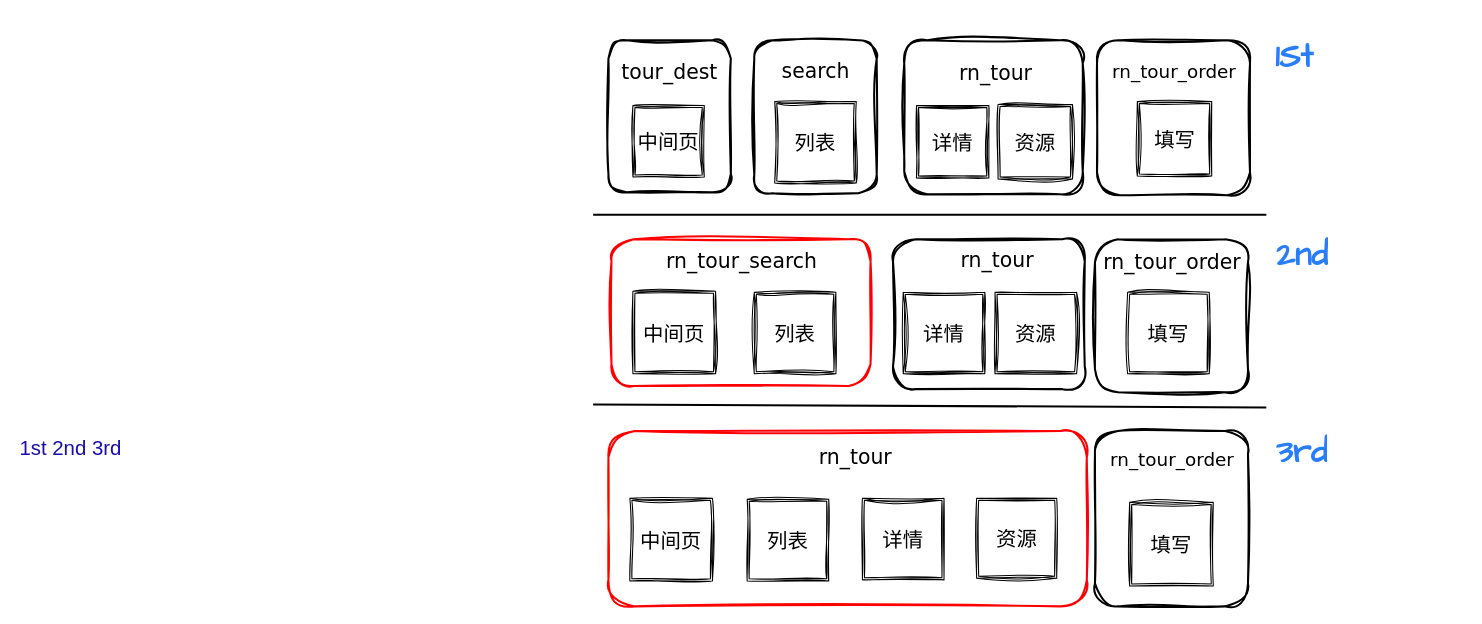
This is page "bundle优化" (3 of 6) of performance/list优化.drawio from weixiaoH/free, a draw.io file, before an edit. Source tidied: cells renumbered, new cells numbered last; positions are measured from the earlier drawing's top-left corner, leaving out a move shared by most shapes. Both pictures are drawn from the tidied source at 102%, with x=0, y=0 at pixel (17, 28).
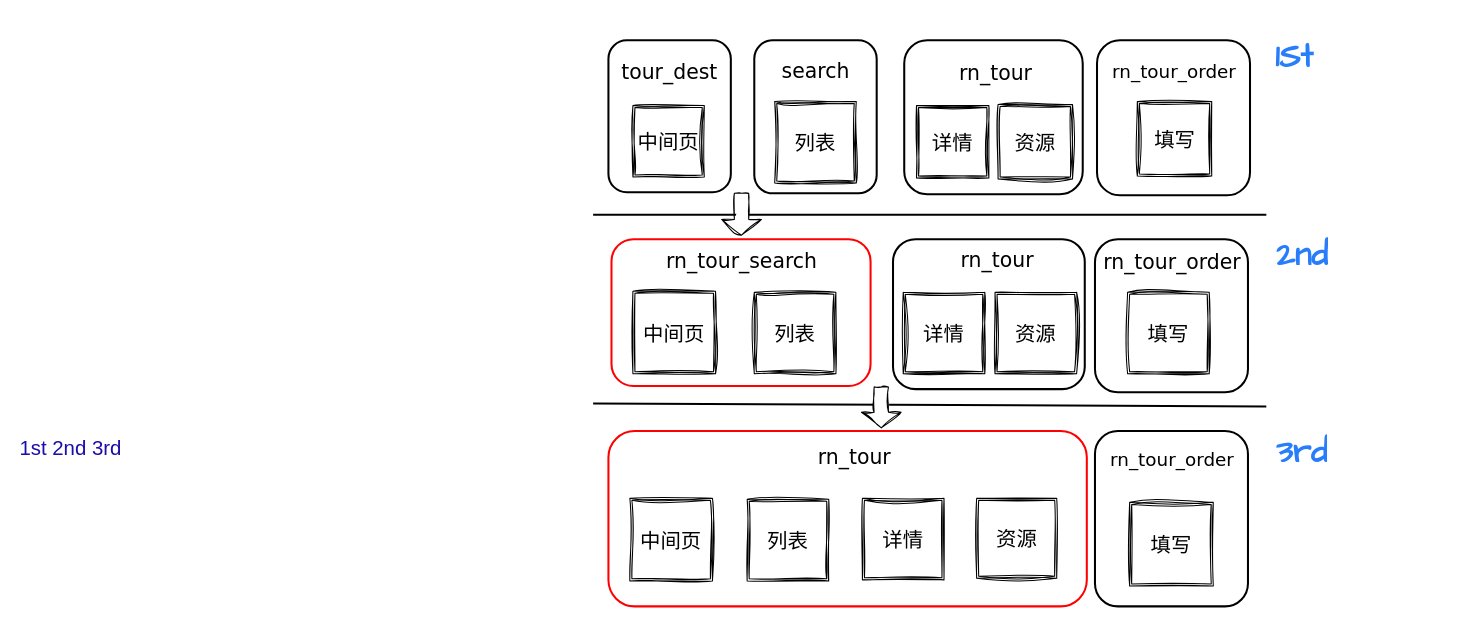
After the change.

Change to the diagram source:
```diff
@@
-    <mxCell id="2" style="rounded=1;whiteSpace=wrap;html=1;strokeWidth=2;fillWeight=4;hachureGap=8;hachureAngle=45;fillColor=none;sketch=1;jiggle=2;curveFitting=1;fontFamily=Verdana;fontSize=20;" parent="1" vertex="1">
+    <mxCell id="2" style="rounded=1;whiteSpace=wrap;html=1;strokeWidth=2;fillWeight=4;hachureGap=8;hachureAngle=45;fillColor=none;fontFamily=Verdana;fontSize=20;" parent="1" vertex="1">
       <mxGeometry x="869" y="12" width="175" height="151" as="geometry" />
     </mxCell>
-    <mxCell id="3" style="rounded=1;whiteSpace=wrap;html=1;strokeWidth=2;fillWeight=4;hachureGap=8;hachureAngle=45;fillColor=none;sketch=1;jiggle=2;curveFitting=1;fontFamily=Verdana;fontSize=20;" parent="1" vertex="1">
+    <mxCell id="3" style="rounded=1;whiteSpace=wrap;html=1;strokeWidth=2;fillWeight=4;hachureGap=8;hachureAngle=45;fillColor=none;fontFamily=Verdana;fontSize=20;" parent="1" vertex="1">
       <mxGeometry x="579" y="12" width="120" height="149" as="geometry" />
     </mxCell>
-    <mxCell id="4" style="rounded=1;whiteSpace=wrap;html=1;strokeWidth=2;fillWeight=4;hachureGap=8;hachureAngle=45;fillColor=none;sketch=1;jiggle=2;curveFitting=1;fontFamily=Verdana;fontSize=20;" parent="1" vertex="1">
+    <mxCell id="4" style="rounded=1;whiteSpace=wrap;html=1;strokeWidth=2;fillWeight=4;hachureGap=8;hachureAngle=45;fillColor=none;fontFamily=Verdana;fontSize=20;" parent="1" vertex="1">
       <mxGeometry x="1058" y="12" width="150" height="152" as="geometry" />
     </mxCell>
@@
-    <mxCell id="7" style="rounded=1;whiteSpace=wrap;html=1;strokeWidth=2;fillWeight=4;hachureGap=8;hachureAngle=45;fillColor=none;sketch=1;jiggle=2;curveFitting=1;fontFamily=Verdana;fontSize=20;" parent="1" vertex="1">
+    <mxCell id="7" style="rounded=1;whiteSpace=wrap;html=1;strokeWidth=2;fillWeight=4;hachureGap=8;hachureAngle=45;fillColor=none;fontFamily=Verdana;fontSize=20;" parent="1" vertex="1">
       <mxGeometry x="722" y="12" width="120" height="150" as="geometry" />
     </mxCell>
@@
-    <mxCell id="11" style="rounded=1;whiteSpace=wrap;html=1;strokeWidth=2;fillWeight=4;hachureGap=8;hachureAngle=45;fillColor=none;sketch=1;jiggle=2;curveFitting=1;fontFamily=Verdana;fontSize=20;" parent="1" vertex="1">
+    <mxCell id="11" style="rounded=1;whiteSpace=wrap;html=1;strokeWidth=2;fillWeight=4;hachureGap=8;hachureAngle=45;fillColor=none;fontFamily=Verdana;fontSize=20;" parent="1" vertex="1">
       <mxGeometry x="858" y="207" width="188" height="147" as="geometry" />
     </mxCell>
-    <mxCell id="12" style="rounded=1;whiteSpace=wrap;html=1;strokeWidth=2;fillWeight=4;hachureGap=8;hachureAngle=45;fillColor=none;sketch=1;jiggle=2;curveFitting=1;fontFamily=Verdana;fontSize=20;" parent="1" vertex="1">
+    <mxCell id="12" style="rounded=1;whiteSpace=wrap;html=1;strokeWidth=2;fillWeight=4;hachureGap=8;hachureAngle=45;fillColor=none;fontFamily=Verdana;fontSize=20;" parent="1" vertex="1">
       <mxGeometry x="1056" y="207" width="150" height="150" as="geometry" />
     </mxCell>
-    <mxCell id="13" style="rounded=1;whiteSpace=wrap;html=1;strokeWidth=2;fillWeight=4;hachureGap=8;hachureAngle=45;fillColor=none;sketch=1;jiggle=2;curveFitting=1;fontFamily=Verdana;fontSize=20;strokeColor=#FF0000;" parent="1" vertex="1">
+    <mxCell id="13" style="rounded=1;whiteSpace=wrap;html=1;strokeWidth=2;fillWeight=4;hachureGap=8;hachureAngle=45;fillColor=none;fontFamily=Verdana;fontSize=20;strokeColor=#FF0000;" parent="1" vertex="1">
       <mxGeometry x="582" y="207" width="254" height="144" as="geometry" />
     </mxCell>
@@
-    <mxCell id="19" style="rounded=1;whiteSpace=wrap;html=1;strokeWidth=2;fillWeight=4;hachureGap=8;hachureAngle=45;fillColor=none;fontFamily=Verdana;fontSize=20;strokeColor=#FF0000;glass=0;shadow=0;sketch=1;curveFitting=1;jiggle=2;" parent="1" vertex="1">
+    <mxCell id="19" style="rounded=1;whiteSpace=wrap;html=1;strokeWidth=2;fillWeight=4;hachureGap=8;hachureAngle=45;fillColor=none;fontFamily=Verdana;fontSize=20;strokeColor=#FF0000;glass=0;shadow=0;" parent="1" vertex="1">
       <mxGeometry x="579" y="395" width="469" height="172" as="geometry" />
     </mxCell>
-    <mxCell id="20" style="rounded=1;whiteSpace=wrap;html=1;strokeWidth=2;fillWeight=4;hachureGap=8;hachureAngle=45;fillColor=none;sketch=1;jiggle=2;curveFitting=1;fontFamily=Verdana;fontSize=20;" parent="1" vertex="1">
+    <mxCell id="20" style="rounded=1;whiteSpace=wrap;html=1;strokeWidth=2;fillWeight=4;hachureGap=8;hachureAngle=45;fillColor=none;fontFamily=Verdana;fontSize=20;" parent="1" vertex="1">
       <mxGeometry x="1056" y="395" width="150" height="172" as="geometry" />
     </mxCell>
@@
     <mxCell id="28" value="&lt;span style=&quot;color: rgb(0, 0, 0); font-family: Verdana; font-size: 20px; font-style: normal; font-variant-ligatures: normal; font-variant-caps: normal; font-weight: 400; letter-spacing: normal; orphans: 2; text-indent: 0px; text-transform: none; widows: 2; word-spacing: 0px; -webkit-text-stroke-width: 0px; background-color: rgb(255, 255, 255); text-decoration-thickness: initial; text-decoration-style: initial; text-decoration-color: initial; float: none; display: inline !important;&quot;&gt;rn_tour&lt;/span&gt;" style="text;whiteSpace=wrap;html=1;fontSize=16;fontFamily=Architects Daughter;fontColor=#67AB9F;align=center;" parent="1" vertex="1">
-      <mxGeometry x="787" y="401.5" width="69" height="47" as="geometry" />
+      <mxGeometry x="786" y="401.5" width="69" height="47" as="geometry" />
     </mxCell>
@@
     <mxCell id="38" style="endArrow=none;html=1;rounded=0;shadow=0;sketch=0;hachureGap=4;jiggle=2;curveFitting=1;strokeColor=default;strokeWidth=2;fontFamily=Architects Daughter;fontSize=16;fontColor=#67AB9F;jumpStyle=gap;jumpSize=1;" parent="1" edge="1">
       <mxGeometry relative="1" as="geometry">
-        <mxPoint x="564" y="369" as="sourcePoint" />
-        <mxPoint x="1224" y="372" as="targetPoint" />
+        <mxPoint x="564" y="368" as="sourcePoint" />
+        <mxPoint x="1224" y="371" as="targetPoint" />
       </mxGeometry>
     </mxCell>
@@
+    <mxCell id="41" style="verticalLabelPosition=bottom;verticalAlign=top;html=1;strokeWidth=1;shape=mxgraph.arrows2.arrow;dy=0.64;dx=15.36;notch=0;rounded=1;labelBorderColor=none;strokeColor=default;fontColor=default;fillColor=default;direction=south;sketch=1;curveFitting=1;jiggle=2;" parent="1" vertex="1">
+      <mxGeometry x="827" y="352" width="39" height="40" as="geometry" />
+    </mxCell>
+    <mxCell id="42" style="verticalLabelPosition=bottom;verticalAlign=top;html=1;strokeWidth=1;shape=mxgraph.arrows2.arrow;dy=0.64;dx=15.36;notch=0;rounded=1;labelBorderColor=none;strokeColor=default;fontColor=default;fillColor=default;direction=south;sketch=1;curveFitting=1;jiggle=2;" parent="1" vertex="1">
+      <mxGeometry x="690" y="162" width="39" height="41" as="geometry" />
+    </mxCell>
```
